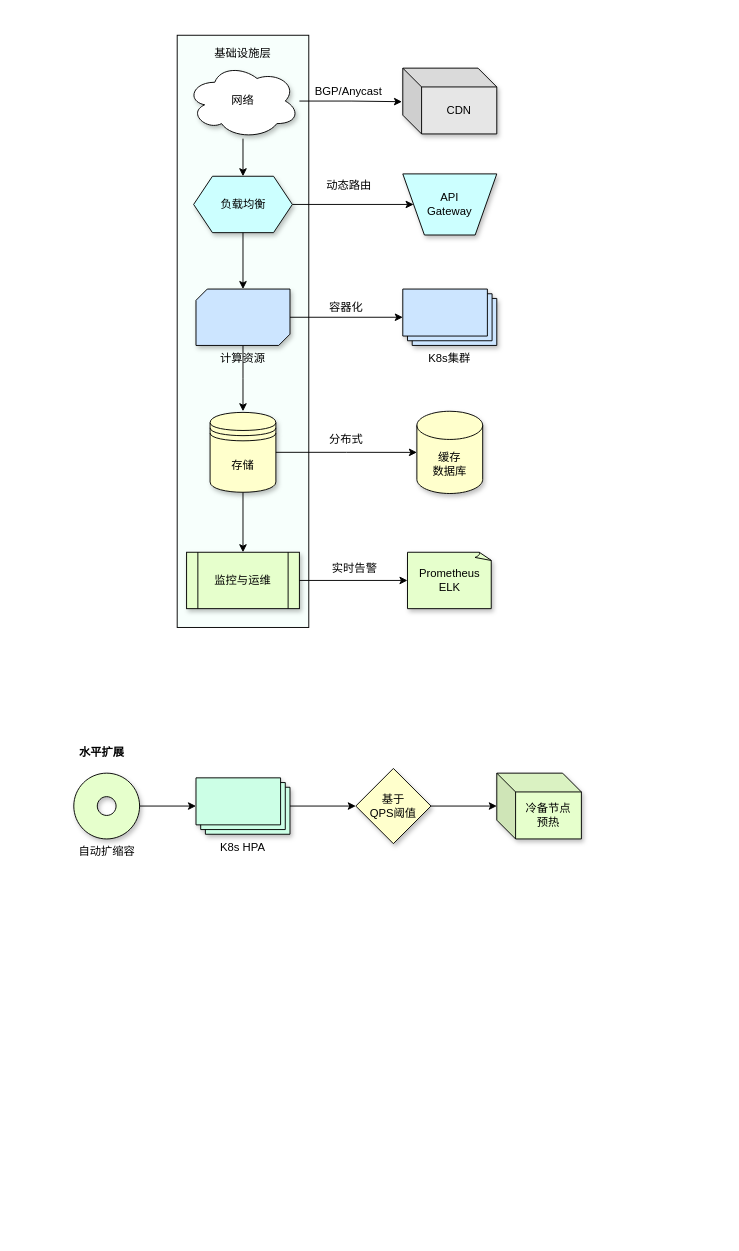
Above: achitecture_diagram/架构分层-基础设施层.drawio in abigalexy/online_drawing (draw.io), before the change. Source tidied: cells renumbered, new cells numbered last; positions are measured from the earlier drawing's top-left corner, leaving out a move shared by most shapes. Both pictures are drawn from the tidied source at 94%, with x=0, y=0 at pixel (73, 35).
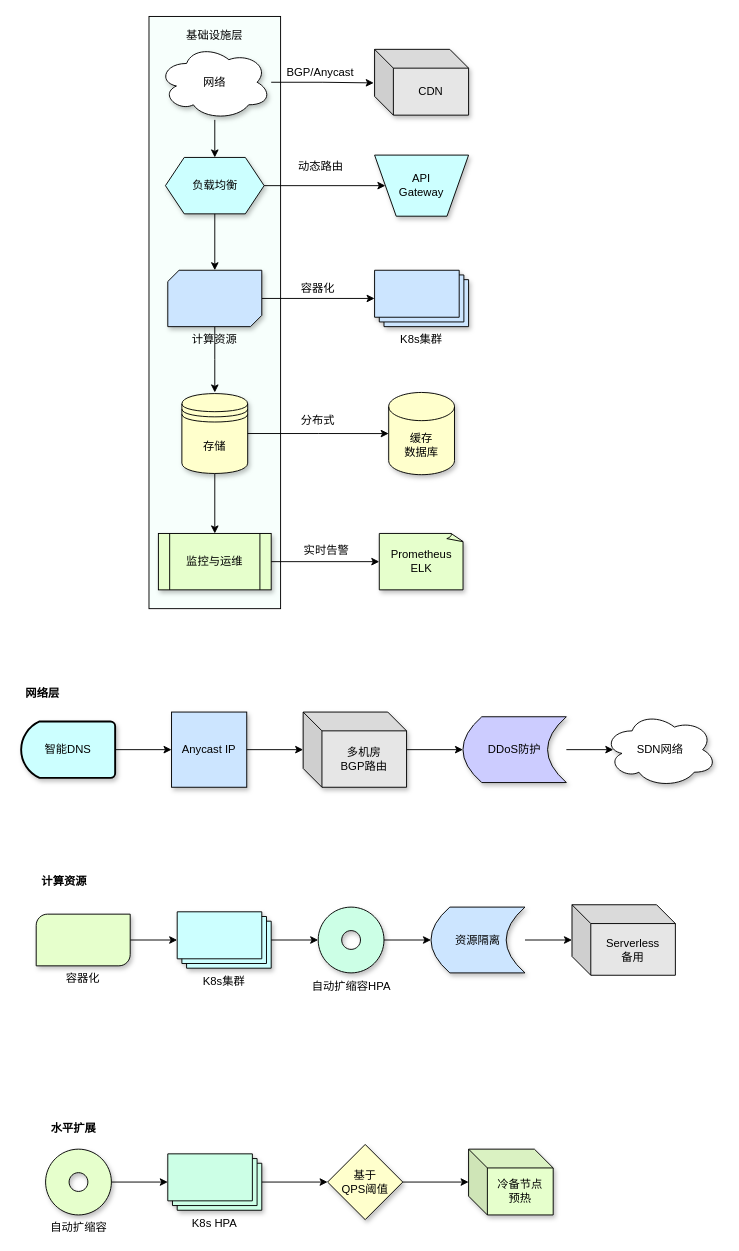
The same diagram, later.

Commit message:
更新架构分层-基础设施层.drawio

Diff of the diagram source:
```diff
@@
     <mxCell id="2" style="group;" parent="1" vertex="1">
-      <mxGeometry x="110" width="340" height="630" as="geometry" />
+      <mxGeometry x="80" y="-20" width="340" height="630" as="geometry" />
     </mxCell>
@@
     <mxCell id="29" style="group;" parent="1" vertex="1">
-      <mxGeometry y="750" width="540" height="110" as="geometry" />
+      <mxGeometry x="-30" y="1150" width="540" height="110" as="geometry" />
     </mxCell>
@@
+    <mxCell id="39" style="group;" parent="1" vertex="1">
+      <mxGeometry x="-56" y="690" width="740" height="110" as="geometry" />
+    </mxCell>
+    <mxCell id="40" value="Anycast IP" style="whiteSpace=wrap;html=1;fillColor=#CCE5FF;shadow=1;" parent="39" vertex="1">
+      <mxGeometry x="160" y="30" width="80" height="80" as="geometry" />
+    </mxCell>
+    <mxCell id="41" style="edgeStyle=orthogonalEdgeStyle;rounded=0;jettySize=auto;html=1;entryX=0;entryY=0.5;entryDx=0;entryDy=0;" parent="39" edge="1" source="42" target="40">
+      <mxGeometry relative="1" as="geometry" />
+    </mxCell>
+    <mxCell id="42" value="智能DNS" style="strokeWidth=2;html=1;shape=mxgraph.flowchart.delay;whiteSpace=wrap;fillColor=#CCFFFF;shadow=1;direction=west;" parent="39" vertex="1">
+      <mxGeometry y="40" width="100" height="60" as="geometry" />
+    </mxCell>
+    <mxCell id="43" value="DDoS防护" style="shape=dataStorage;whiteSpace=wrap;html=1;fixedSize=1;fillColor=#CCCCFF;shadow=1;" parent="39" vertex="1">
+      <mxGeometry x="470" y="35" width="110" height="70" as="geometry" />
+    </mxCell>
+    <mxCell id="44" style="edgeStyle=orthogonalEdgeStyle;rounded=0;jettySize=auto;html=1;entryX=0;entryY=0.5;entryDx=0;entryDy=0;" parent="39" edge="1" source="45" target="43">
+      <mxGeometry relative="1" as="geometry" />
+    </mxCell>
+    <mxCell id="45" value="多机房&lt;br&gt;BGP路由" style="shape=cube;whiteSpace=wrap;html=1;boundedLbl=1;backgroundOutline=1;darkOpacity=0.05;darkOpacity2=0.1;fillColor=#E6E6E6;shadow=1;" parent="39" vertex="1">
+      <mxGeometry x="300" y="30" width="110" height="80" as="geometry" />
+    </mxCell>
+    <mxCell id="46" value="&lt;b&gt;网络层&lt;/b&gt;" style="text;strokeColor=none;align=center;fillColor=none;html=1;verticalAlign=middle;whiteSpace=wrap;rounded=0;" parent="39" vertex="1">
+      <mxGeometry width="46" height="20" as="geometry" />
+    </mxCell>
+    <mxCell id="47" value="SDN网络" style="ellipse;shape=cloud;whiteSpace=wrap;html=1;fillColor=#FFFFFF;shadow=1;" parent="39" vertex="1">
+      <mxGeometry x="620" y="30" width="120" height="80" as="geometry" />
+    </mxCell>
+    <mxCell id="48" style="edgeStyle=orthogonalEdgeStyle;rounded=0;jettySize=auto;html=1;entryX=0;entryY=0.5;entryDx=0;entryDy=0;entryPerimeter=0;" parent="39" edge="1" source="40" target="45">
+      <mxGeometry relative="1" as="geometry" />
+    </mxCell>
+    <mxCell id="49" style="edgeStyle=orthogonalEdgeStyle;rounded=0;jettySize=auto;html=1;entryX=0.083;entryY=0.5;entryDx=0;entryDy=0;entryPerimeter=0;" parent="39" edge="1" source="43" target="47">
+      <mxGeometry relative="1" as="geometry" />
+    </mxCell>
+    <mxCell id="50" style="group;" parent="1" vertex="1">
+      <mxGeometry x="-40" y="890" width="680" height="110" as="geometry" />
+    </mxCell>
+    <mxCell id="51" value="K8s集群" style="verticalLabelPosition=bottom;verticalAlign=top;html=1;shape=mxgraph.basic.layered_rect;dx=10;outlineConnect=0;whiteSpace=wrap;fillColor=#CCFFFF;shadow=1;" parent="50" vertex="1">
+      <mxGeometry x="150" y="42.5" width="100" height="60" as="geometry" />
+    </mxCell>
+    <mxCell id="52" style="edgeStyle=orthogonalEdgeStyle;rounded=0;jettySize=auto;html=1;entryX=0;entryY=0.5;entryDx=0;entryDy=0;" parent="50" edge="1" source="53" target="54">
+      <mxGeometry relative="1" as="geometry" />
+    </mxCell>
+    <mxCell id="53" value="自动扩缩容HPA" style="verticalLabelPosition=bottom;verticalAlign=top;html=1;shape=mxgraph.basic.donut;dx=25;fillColor=#CCFFE6;shadow=1;" parent="50" vertex="1">
+      <mxGeometry x="300" y="37.5" width="70" height="70" as="geometry" />
+    </mxCell>
+    <mxCell id="54" value="资源隔离" style="shape=dataStorage;whiteSpace=wrap;html=1;fixedSize=1;fillColor=#CCE5FF;shadow=1;" parent="50" vertex="1">
+      <mxGeometry x="420" y="37.5" width="100" height="70" as="geometry" />
+    </mxCell>
+    <mxCell id="55" value="Serverless&lt;br&gt;备用" style="shape=cube;whiteSpace=wrap;html=1;boundedLbl=1;backgroundOutline=1;darkOpacity=0.05;darkOpacity2=0.1;fillColor=#E6E6E6;" parent="50" vertex="1">
+      <mxGeometry x="570" y="35" width="110" height="75" as="geometry" />
+    </mxCell>
+    <mxCell id="56" style="edgeStyle=orthogonalEdgeStyle;rounded=0;jettySize=auto;html=1;" parent="50" edge="1" source="57" target="51">
+      <mxGeometry relative="1" as="geometry" />
+    </mxCell>
+    <mxCell id="57" value="容器化" style="verticalLabelPosition=bottom;verticalAlign=top;html=1;shape=mxgraph.basic.diag_round_rect;dx=6;whiteSpace=wrap;fillColor=#E6FFCC;shadow=1;" parent="50" vertex="1">
+      <mxGeometry y="45" width="100" height="55" as="geometry" />
+    </mxCell>
+    <mxCell id="58" style="edgeStyle=orthogonalEdgeStyle;rounded=0;jettySize=auto;html=1;entryX=0;entryY=0.5;entryDx=0;entryDy=0;entryPerimeter=0;" parent="50" edge="1" source="51" target="53">
+      <mxGeometry relative="1" as="geometry" />
+    </mxCell>
+    <mxCell id="59" style="edgeStyle=orthogonalEdgeStyle;rounded=0;jettySize=auto;html=1;entryX=0;entryY=0.5;entryDx=0;entryDy=0;entryPerimeter=0;" parent="50" edge="1" source="54" target="55">
+      <mxGeometry relative="1" as="geometry" />
+    </mxCell>
+    <mxCell id="60" value="&lt;b&gt;计算资源&lt;/b&gt;" style="text;strokeColor=none;align=center;fillColor=none;html=1;verticalAlign=middle;whiteSpace=wrap;rounded=0;" parent="50" vertex="1">
+      <mxGeometry width="60" height="20" as="geometry" />
+    </mxCell>
```
